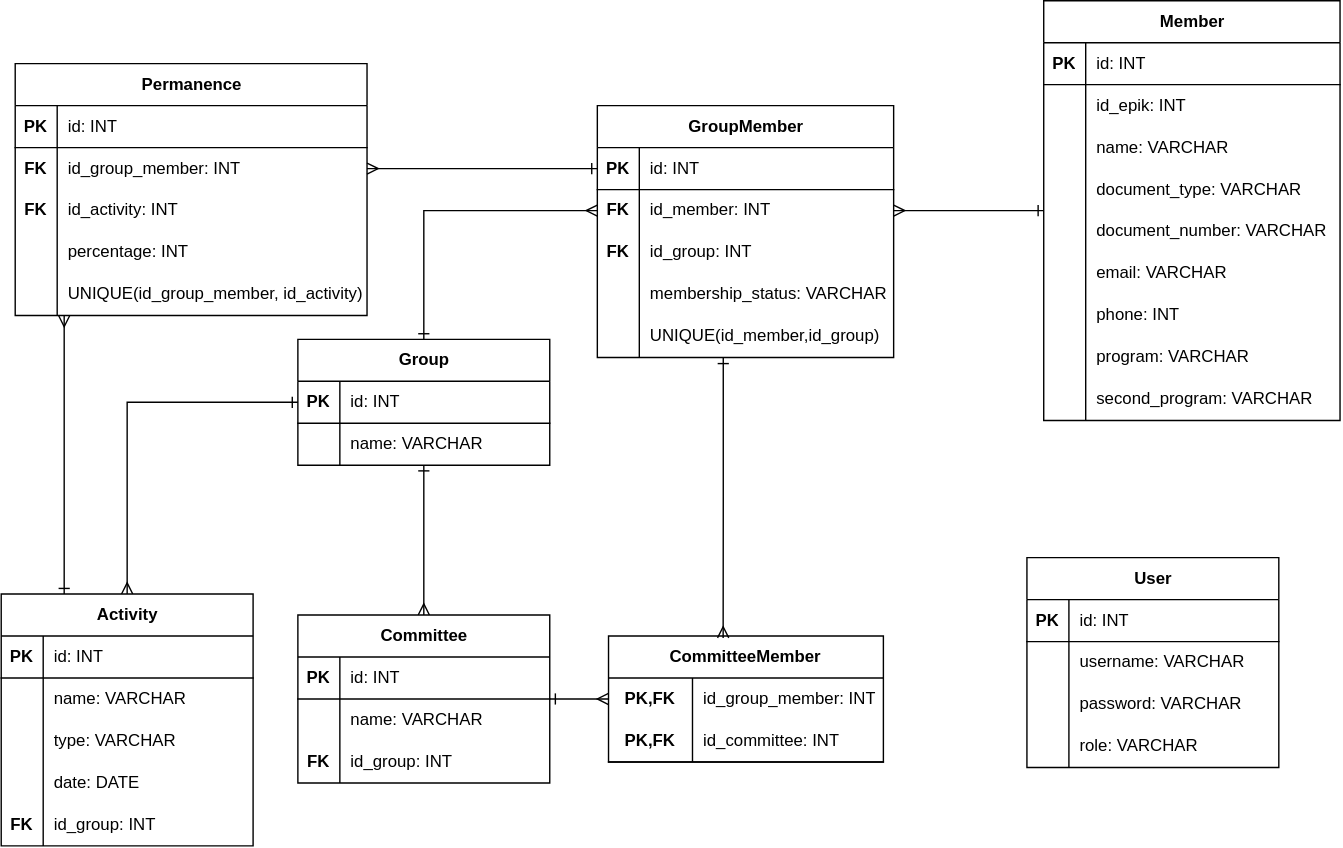
The draw.io diagram docs/diagrams/entity relation/Entidad relación.svg in Manco312/Enjambre-EAFIT, before a commit. Source tidied: cells renumbered, new cells last; positions are measured from the earlier drawing's top-left corner, leaving out a move shared by most shapes.
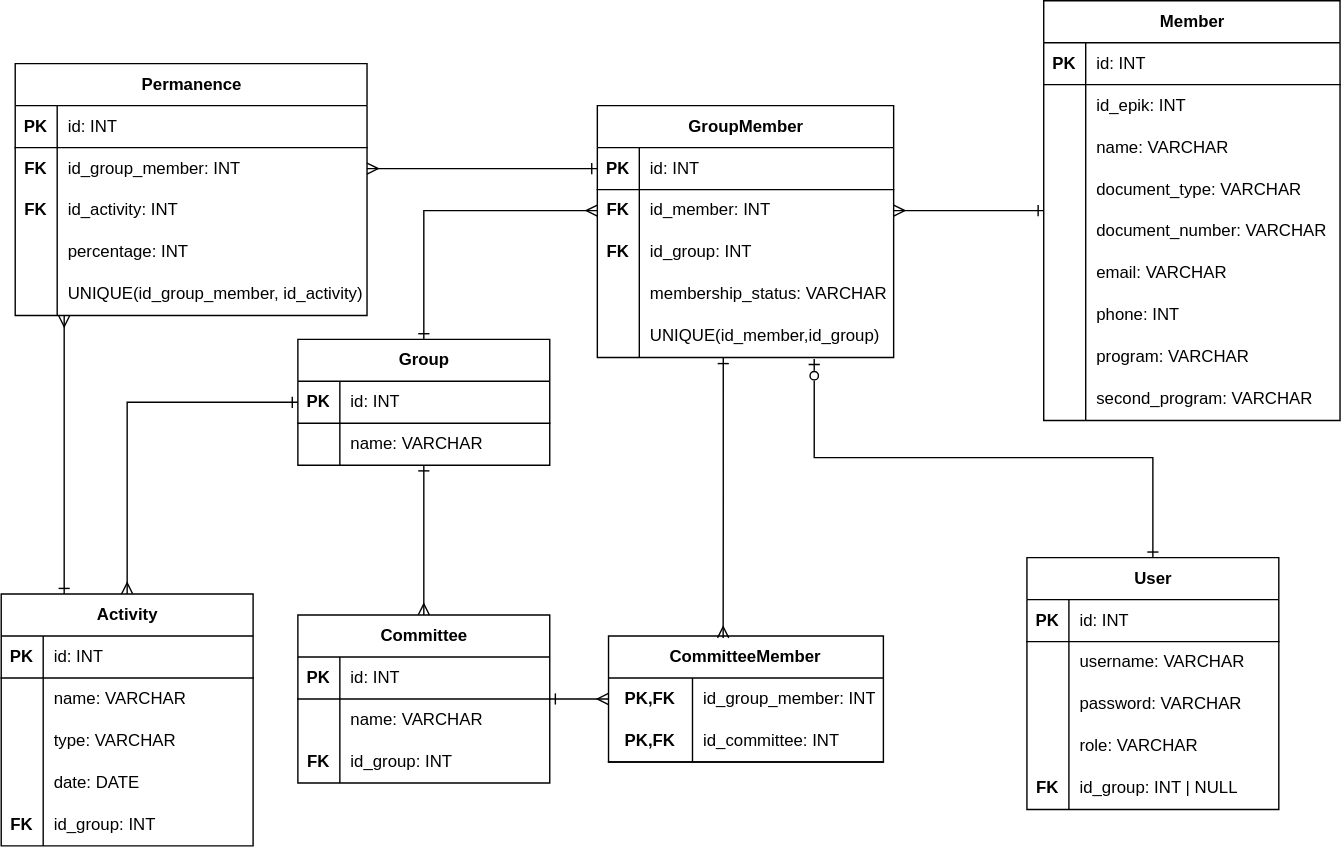
The same diagram one commit later.

Commit message:
Cambios sugeridos en diagrama entidad-relación

What changed in the source:
```diff
@@ -3,7 +3,7 @@
     <mxCell id="0" />
     <mxCell id="1" parent="0" />
     <mxCell id="2" value="User" style="shape=table;startSize=30;rowLines=0;fontStyle=1;align=center;html=1;" parent="1" vertex="1">
-      <mxGeometry x="733" y="398" width="180" height="150" as="geometry" />
+      <mxGeometry x="733" y="398" width="180" height="180" as="geometry" />
     </mxCell>
     <mxCell id="3" style="shape=tableRow;horizontal=0;startSize=0;swimlaneHead=0;swimlaneBody=0;fillColor=none;top=0;left=0;right=0;bottom=1;" parent="2" vertex="1">
       <mxGeometry y="30" width="180" height="30" as="geometry" />
@@ -41,6 +41,15 @@
     <mxCell id="14" value="role: VARCHAR" style="shape=partialRectangle;fillColor=none;top=0;left=0;bottom=0;right=0;align=left;spacingLeft=6;overflow=hidden;whiteSpace=wrap;html=1;" parent="12" vertex="1">
       <mxGeometry x="30" width="150" height="30" as="geometry" />
     </mxCell>
+    <mxCell id="123" style="shape=tableRow;horizontal=0;startSize=0;swimlaneHead=0;swimlaneBody=0;fillColor=none;top=0;left=0;right=0;bottom=0;" parent="2" vertex="1">
+      <mxGeometry y="150" width="180" height="30" as="geometry" />
+    </mxCell>
+    <mxCell id="124" value="&lt;b&gt;FK&lt;/b&gt;" style="shape=partialRectangle;fillColor=none;top=0;left=0;bottom=0;right=0;overflow=hidden;whiteSpace=wrap;html=1;" parent="123" vertex="1">
+      <mxGeometry width="30" height="30" as="geometry" />
+    </mxCell>
+    <mxCell id="125" value="id_group: INT | NULL" style="shape=partialRectangle;fillColor=none;top=0;left=0;bottom=0;right=0;align=left;spacingLeft=6;overflow=hidden;whiteSpace=wrap;html=1;" parent="123" vertex="1">
+      <mxGeometry x="30" width="150" height="30" as="geometry" />
+    </mxCell>
     <mxCell id="15" style="edgeStyle=orthogonalEdgeStyle;rounded=0;jettySize=auto;html=1;endArrow=ERmany;endFill=0;startArrow=ERone;startFill=0;" parent="1" edge="1" source="18" target="88">
       <mxGeometry relative="1" as="geometry" />
     </mxCell>
@@ -370,5 +379,8 @@
     <mxCell id="122" style="edgeStyle=orthogonalEdgeStyle;rounded=0;jettySize=auto;html=1;entryX=0;entryY=0.5;entryDx=0;entryDy=0;startArrow=ERmany;startFill=0;endArrow=ERone;endFill=0;exitX=1;exitY=0.5;exitDx=0;exitDy=0;" parent="1" edge="1" source="75" target="106">
       <mxGeometry relative="1" as="geometry" />
     </mxCell>
+    <mxCell id="126" style="edgeStyle=orthogonalEdgeStyle;rounded=0;jettySize=auto;html=1;entryX=0.732;entryY=1.033;entryDx=0;entryDy=0;entryPerimeter=0;endArrow=ERzeroToOne;endFill=0;startArrow=ERone;startFill=0;" parent="1" edge="1" source="2" target="118">
+      <mxGeometry relative="1" as="geometry" />
+    </mxCell>
   </root>
 </mxGraphModel>
```
